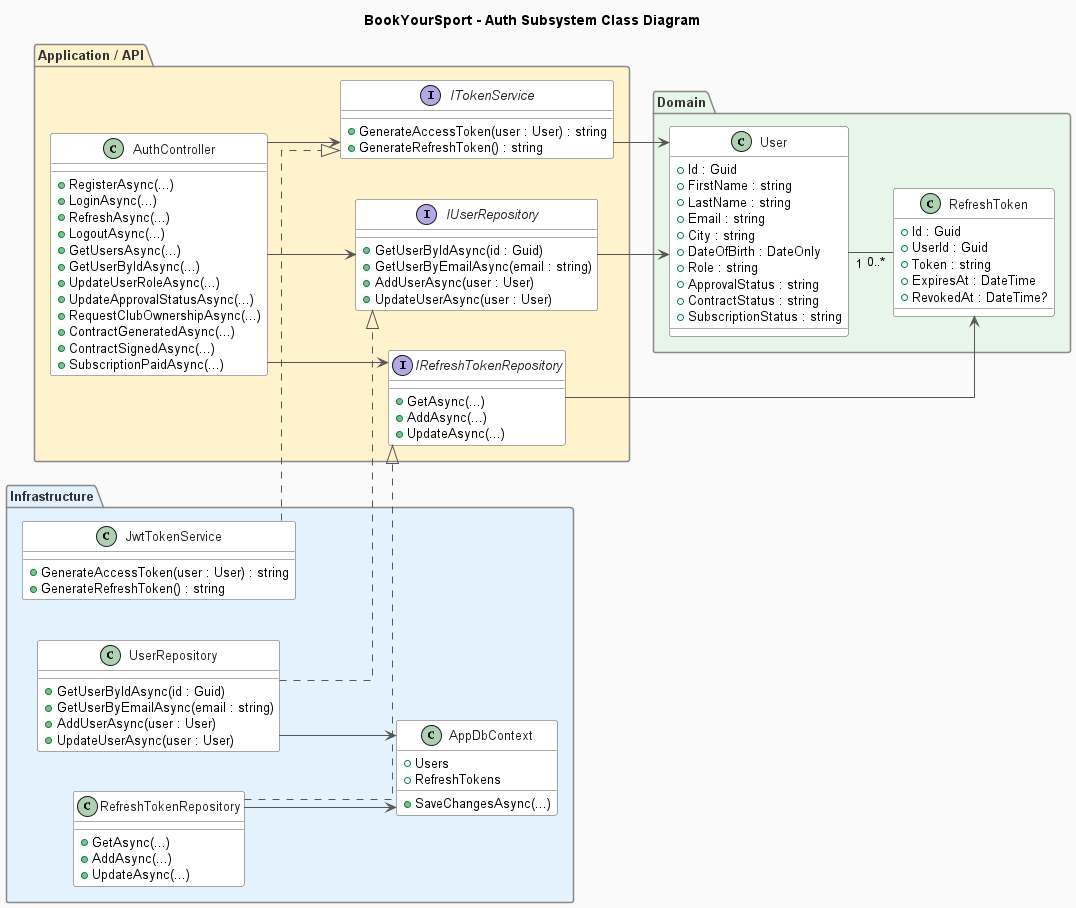
tomiy7/BookYourSport keeps this PlantUML diagram as BookYourSport/docs/diagrams/auth-class-diagram/auth-class-diagram.png. Above is the earlier version. Source of this version:
```plantuml
@startuml
title BookYourSport - Auth Subsystem Class Diagram

left to right direction

skinparam backgroundColor #FAFAFA
skinparam shadowing false
skinparam linetype ortho
skinparam nodesep 40
skinparam ranksep 45

skinparam defaultFontSize 13
skinparam ArrowFontSize 12

skinparam class {
    BorderColor #555555
    FontColor #222222
    BackgroundColor #FFFFFF
    ArrowColor #555555
}

skinparam package {
    BorderColor #888888
    FontColor #333333
}

package "Domain" #E8F5E9 {

    class User {
        +Id : Guid
        +FirstName : string
        +LastName : string
        +Email : string
        +City : string
        +DateOfBirth : DateOnly
        +Role : string
        +ApprovalStatus : string
        +ContractStatus : string
        +SubscriptionStatus : string
    }

    class RefreshToken {
        +Id : Guid
        +UserId : Guid
        +Token : string
        +ExpiresAt : DateTime
        +RevokedAt : DateTime?
    }
}

package "Application / API" #FFF3CD {

    class AuthController {
        +RegisterAsync(...)
        +LoginAsync(...)
        +RefreshAsync(...)
        +LogoutAsync(...)
        +GetUsersAsync(...)
        +GetUserByIdAsync(...)
        +UpdateUserRoleAsync(...)
        +UpdateApprovalStatusAsync(...)
        +RequestClubOwnershipAsync(...)
        +ContractGeneratedAsync(...)
        +ContractSignedAsync(...)
        +SubscriptionPaidAsync(...)
    }

    interface IUserRepository {
        +GetUserByIdAsync(id : Guid)
        +GetUserByEmailAsync(email : string)
        +AddUserAsync(user : User)
        +UpdateUserAsync(user : User)
    }

    interface IRefreshTokenRepository {
        +GetAsync(...)
        +AddAsync(...)
        +UpdateAsync(...)
    }

    interface ITokenService {
        +GenerateAccessToken(user : User) : string
        +GenerateRefreshToken() : string
    }
}

package "Infrastructure" #E3F2FD {

    class UserRepository {
        +GetUserByIdAsync(id : Guid)
        +GetUserByEmailAsync(email : string)
        +AddUserAsync(user : User)
        +UpdateUserAsync(user : User)
    }

    class RefreshTokenRepository {
        +GetAsync(...)
        +AddAsync(...)
        +UpdateAsync(...)
    }

    class JwtTokenService {
        +GenerateAccessToken(user : User) : string
        +GenerateRefreshToken() : string
    }

    class AppDbContext {
        +Users
        +RefreshTokens
        +SaveChangesAsync(...)
    }
}

User "1" -- "0..*" RefreshToken

AuthController --> IUserRepository
AuthController --> IRefreshTokenRepository
AuthController --> ITokenService

IUserRepository --> User
IRefreshTokenRepository --> RefreshToken
ITokenService --> User

UserRepository ..|> IUserRepository
RefreshTokenRepository ..|> IRefreshTokenRepository
JwtTokenService ..|> ITokenService

UserRepository --> AppDbContext
RefreshTokenRepository --> AppDbContext

@enduml
```
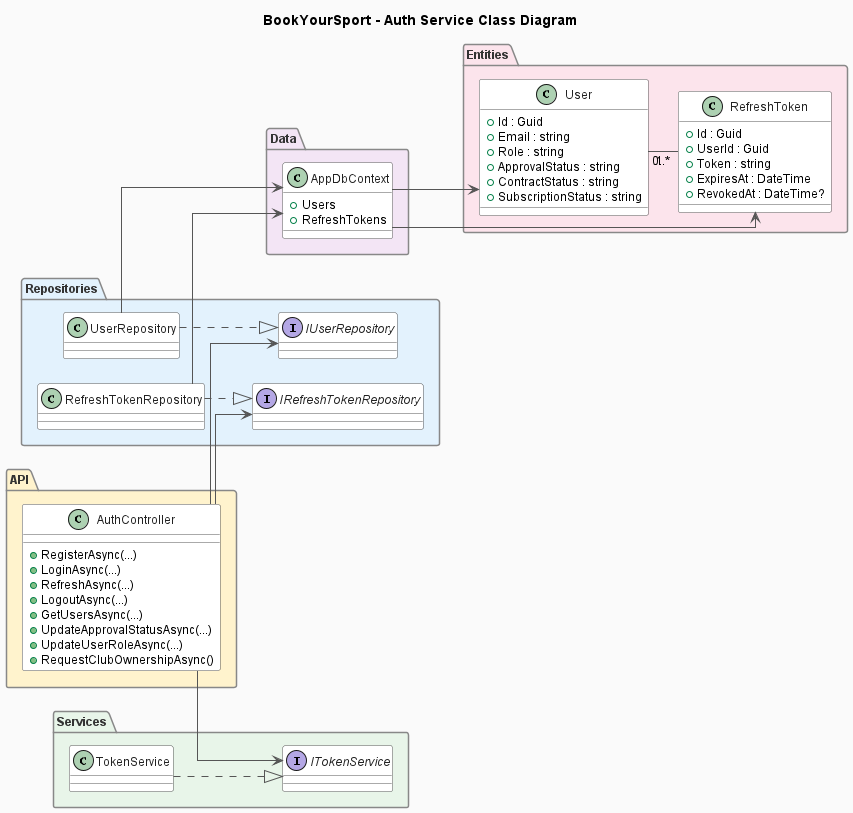
The same diagram one commit later.

Commit message:
docs: update auth service class diagram

Diff of the diagram source:
```diff
@@ -1,16 +1,14 @@
 @startuml
-title BookYourSport - Auth Subsystem Class Diagram
+title BookYourSport - Auth Service Class Diagram
 
 left to right direction
 
 skinparam backgroundColor #FAFAFA
 skinparam shadowing false
 skinparam linetype ortho
-skinparam nodesep 40
-skinparam ranksep 45
-
-skinparam defaultFontSize 13
-skinparam ArrowFontSize 12
+skinparam nodesep 25
+skinparam ranksep 30
+skinparam defaultFontSize 12
 
 skinparam class {
     BorderColor #555555
@@ -24,15 +22,43 @@
     FontColor #333333
 }
 
-package "Domain" #E8F5E9 {
+package "API" #FFF3CD {
+    class AuthController {
+        +RegisterAsync(...)
+        +LoginAsync(...)
+        +RefreshAsync(...)
+        +LogoutAsync(...)
+        +GetUsersAsync(...)
+        +UpdateApprovalStatusAsync(...)
+        +UpdateUserRoleAsync(...)
+        +RequestClubOwnershipAsync()
+    }
+}
 
+package "Repositories" #E3F2FD {
+    interface IUserRepository
+    class UserRepository
+
+    interface IRefreshTokenRepository
+    class RefreshTokenRepository
+}
+
+package "Services" #E8F5E9 {
+    interface ITokenService
+    class TokenService
+}
+
+package "Data" #F3E5F5 {
+    class AppDbContext {
+        +Users
+        +RefreshTokens
+    }
+}
+
+package "Entities" #FCE4EC {
     class User {
         +Id : Guid
-        +FirstName : string
-        +LastName : string
         +Email : string
-        +City : string
-        +DateOfBirth : DateOnly
         +Role : string
         +ApprovalStatus : string
         +ContractStatus : string
@@ -48,84 +74,20 @@
     }
 }
 
-package "Application / API" #FFF3CD {
-
-    class AuthController {
-        +RegisterAsync(...)
-        +LoginAsync(...)
-        +RefreshAsync(...)
-        +LogoutAsync(...)
-        +GetUsersAsync(...)
-        +GetUserByIdAsync(...)
-        +UpdateUserRoleAsync(...)
-        +UpdateApprovalStatusAsync(...)
-        +RequestClubOwnershipAsync(...)
-        +ContractGeneratedAsync(...)
-        +ContractSignedAsync(...)
-        +SubscriptionPaidAsync(...)
-    }
-
-    interface IUserRepository {
-        +GetUserByIdAsync(id : Guid)
-        +GetUserByEmailAsync(email : string)
-        +AddUserAsync(user : User)
-        +UpdateUserAsync(user : User)
-    }
-
-    interface IRefreshTokenRepository {
-        +GetAsync(...)
-        +AddAsync(...)
-        +UpdateAsync(...)
-    }
-
-    interface ITokenService {
-        +GenerateAccessToken(user : User) : string
-        +GenerateRefreshToken() : string
-    }
-}
-
-package "Infrastructure" #E3F2FD {
-
-    class UserRepository {
-        +GetUserByIdAsync(id : Guid)
-        +GetUserByEmailAsync(email : string)
-        +AddUserAsync(user : User)
-        +UpdateUserAsync(user : User)
-    }
-
-    class RefreshTokenRepository {
-        +GetAsync(...)
-        +AddAsync(...)
-        +UpdateAsync(...)
-    }
-
-    class JwtTokenService {
-        +GenerateAccessToken(user : User) : string
-        +GenerateRefreshToken() : string
-    }
-
-    class AppDbContext {
-        +Users
-        +RefreshTokens
-        +SaveChangesAsync(...)
-    }
-}
-
-User "1" -- "0..*" RefreshToken
-
 AuthController --> IUserRepository
 AuthController --> IRefreshTokenRepository
 AuthController --> ITokenService
 
-IUserRepository --> User
-IRefreshTokenRepository --> RefreshToken
-ITokenService --> User
-
 UserRepository ..|> IUserRepository
 RefreshTokenRepository ..|> IRefreshTokenRepository
-JwtTokenService ..|> ITokenService
+TokenService ..|> ITokenService
 
 UserRepository --> AppDbContext
 RefreshTokenRepository --> AppDbContext
 
+AppDbContext --> User
+AppDbContext --> RefreshToken
+
+User "1" -- "0..*" RefreshToken
+
 @enduml
```
